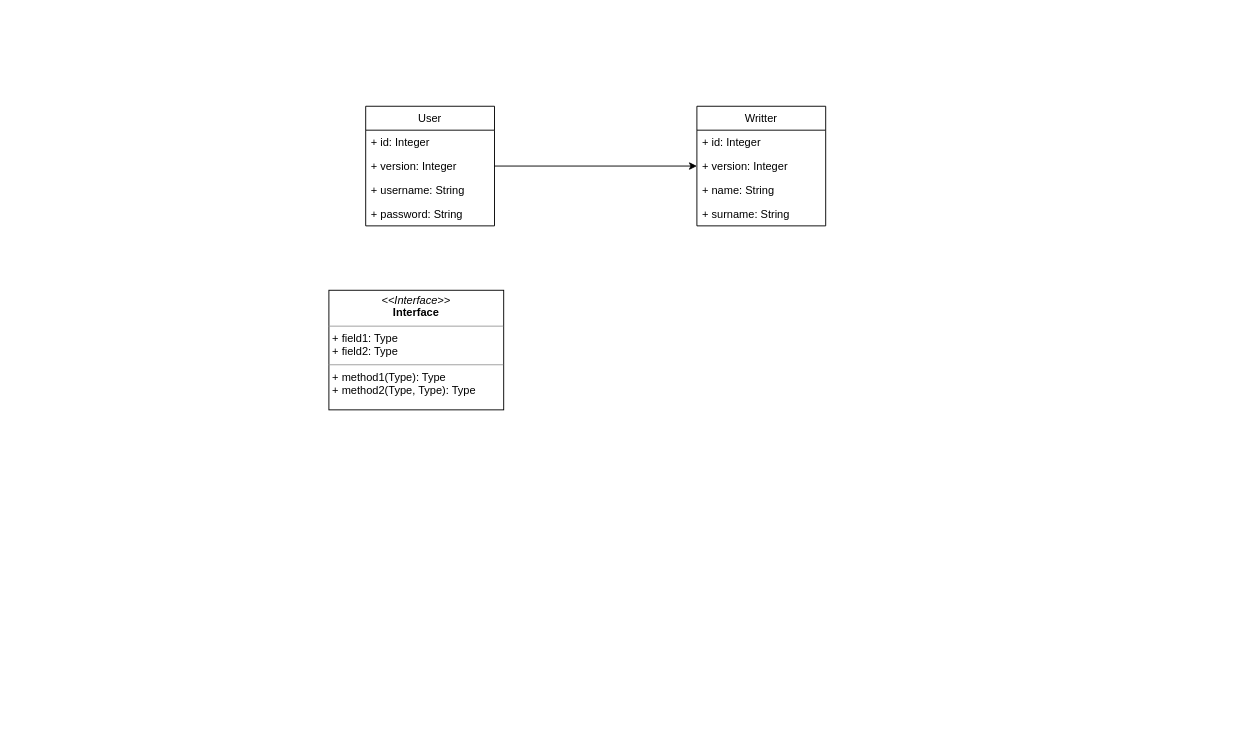
This is src/main/resources/diagrams/cinemaUML.drawio from Carcotmed/CinemaParadisoGrupo-04, a draw.io file, before an edit. Source tidied: cells renumbered, new cells numbered last; positions are measured from the earlier drawing's top-left corner, leaving out a move shared by most shapes. Both pictures are drawn from the tidied source at 92%, with x=0, y=0 at pixel (328, 106).
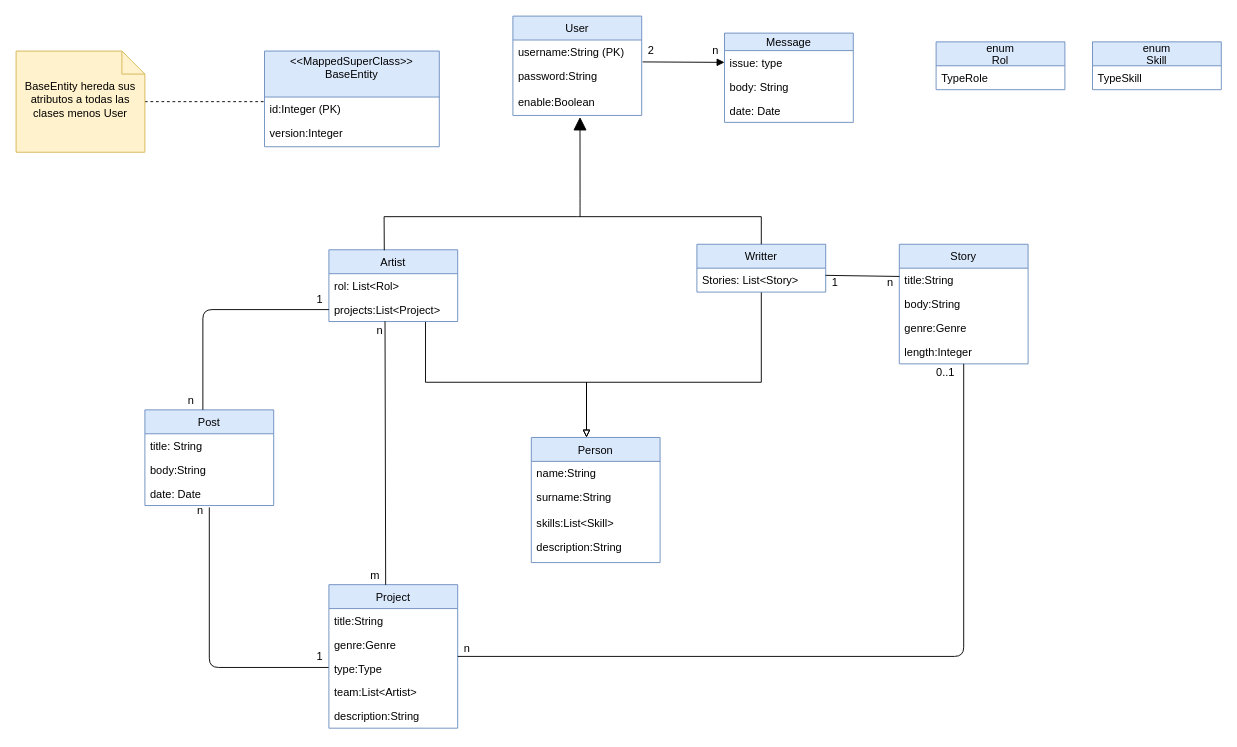
After the change.

Commit message (it also covers changes not shown here):
AÑADE DOCUMENTACION DE COMMIT Y DIAGRAMA UML

What changed in the source:
```diff
@@
+    <mxCell id="14" style="edgeStyle=orthogonalEdgeStyle;rounded=0;jettySize=auto;html=1;exitX=0.75;exitY=1;exitDx=0;exitDy=0;endArrow=block;endFill=0;" parent="1" edge="1" source="15">
+      <mxGeometry relative="1" as="geometry">
+        <mxPoint x="280" y="360" as="targetPoint" />
+        <Array as="points">
+          <mxPoint x="105" y="300" />
+          <mxPoint x="280" y="300" />
+        </Array>
+      </mxGeometry>
+    </mxCell>
+    <mxCell id="15" value="Artist" style="swimlane;fontStyle=0;horizontal=1;startSize=26;fillColor=#dae8fc;strokeColor=#6c8ebf;" parent="1" vertex="1">
+      <mxGeometry y="156" width="140" height="78" as="geometry" />
+    </mxCell>
+    <mxCell id="16" value="rol: List&lt;Rol&gt;" style="text;strokeColor=none;fillColor=none;align=left;verticalAlign=top;spacingLeft=4;spacingRight=4;overflow=hidden;" parent="15" vertex="1">
+      <mxGeometry y="26" width="140" height="26" as="geometry" />
+    </mxCell>
+    <mxCell id="17" value="projects:List&lt;Project&gt;" style="text;strokeColor=none;fillColor=none;align=left;verticalAlign=top;spacingLeft=4;spacingRight=4;overflow=hidden;" parent="15" vertex="1">
+      <mxGeometry y="52" width="140" height="26" as="geometry" />
+    </mxCell>
+    <mxCell id="18" style="edgeStyle=orthogonalEdgeStyle;rounded=0;jettySize=auto;html=1;exitX=0.5;exitY=1;exitDx=0;exitDy=0;endArrow=block;endFill=0;" parent="1" edge="1" source="8">
+      <mxGeometry relative="1" as="geometry">
+        <mxPoint x="280" y="360" as="targetPoint" />
+        <Array as="points">
+          <mxPoint x="470" y="300" />
+          <mxPoint x="280" y="300" />
+        </Array>
+      </mxGeometry>
+    </mxCell>
+    <mxCell id="8" value="Writter" style="swimlane;fontStyle=0;horizontal=1;startSize=26;fillColor=#dae8fc;strokeColor=#6c8ebf;" parent="1" vertex="1">
+      <mxGeometry x="400" y="150" width="140" height="52" as="geometry" />
+    </mxCell>
+    <mxCell id="19" value="Stories: List&lt;Story&gt;&#10;" style="text;strokeColor=none;fillColor=none;align=left;verticalAlign=top;spacingLeft=4;spacingRight=4;overflow=hidden;points=[[0,0.5],[1,0.5]];portConstraint=eastwest;" parent="8" vertex="1">
+      <mxGeometry y="26" width="140" height="26" as="geometry" />
+    </mxCell>
+    <mxCell id="20" value="Message" style="swimlane;fontStyle=0;horizontal=1;startSize=19;fillColor=#dae8fc;strokeColor=#6c8ebf;" parent="1" vertex="1">
+      <mxGeometry x="430" y="-79.5" width="140" height="97" as="geometry" />
+    </mxCell>
+    <mxCell id="21" value="issue: type" style="text;strokeColor=none;fillColor=none;align=left;verticalAlign=top;spacingLeft=4;spacingRight=4;overflow=hidden;" parent="20" vertex="1">
+      <mxGeometry y="19" width="140" height="26" as="geometry" />
+    </mxCell>
+    <mxCell id="22" value="body: String" style="text;strokeColor=none;fillColor=none;align=left;verticalAlign=top;spacingLeft=4;spacingRight=4;overflow=hidden;" parent="20" vertex="1">
+      <mxGeometry y="45" width="140" height="26" as="geometry" />
+    </mxCell>
+    <mxCell id="23" value="date: Date" style="text;strokeColor=none;fillColor=none;align=left;verticalAlign=top;spacingLeft=4;spacingRight=4;overflow=hidden;" parent="20" vertex="1">
+      <mxGeometry y="71" width="140" height="26" as="geometry" />
+    </mxCell>
+    <mxCell id="24" value="Post" style="swimlane;fontStyle=0;horizontal=1;startSize=26;fillColor=#dae8fc;strokeColor=#6c8ebf;" parent="1" vertex="1">
+      <mxGeometry x="-200" y="330" width="140" height="104" as="geometry" />
+    </mxCell>
+    <mxCell id="25" value="title: String" style="text;strokeColor=none;fillColor=none;align=left;verticalAlign=top;spacingLeft=4;spacingRight=4;overflow=hidden;" parent="24" vertex="1">
+      <mxGeometry y="26" width="140" height="26" as="geometry" />
+    </mxCell>
+    <mxCell id="26" value="body:String" style="text;strokeColor=none;fillColor=none;align=left;verticalAlign=top;spacingLeft=4;spacingRight=4;overflow=hidden;" parent="24" vertex="1">
+      <mxGeometry y="52" width="140" height="26" as="geometry" />
+    </mxCell>
+    <mxCell id="27" value="date: Date" style="text;strokeColor=none;fillColor=none;align=left;verticalAlign=top;spacingLeft=4;spacingRight=4;overflow=hidden;" parent="24" vertex="1">
+      <mxGeometry y="78" width="140" height="26" as="geometry" />
+    </mxCell>
+    <mxCell id="28" value="Story" style="swimlane;fontStyle=0;horizontal=1;startSize=26;fillColor=#dae8fc;strokeColor=#6c8ebf;" parent="1" vertex="1">
+      <mxGeometry x="620" y="150" width="140" height="130" as="geometry" />
+    </mxCell>
+    <mxCell id="29" value="title:String" style="text;strokeColor=none;fillColor=none;align=left;verticalAlign=top;spacingLeft=4;spacingRight=4;overflow=hidden;points=[[0,0.5],[1,0.5]];portConstraint=eastwest;" parent="28" vertex="1">
+      <mxGeometry y="26" width="140" height="26" as="geometry" />
+    </mxCell>
+    <mxCell id="30" value="body:String" style="text;strokeColor=none;fillColor=none;align=left;verticalAlign=top;spacingLeft=4;spacingRight=4;overflow=hidden;" parent="28" vertex="1">
+      <mxGeometry y="52" width="140" height="26" as="geometry" />
+    </mxCell>
+    <mxCell id="31" value="genre:Genre" style="text;strokeColor=none;fillColor=none;align=left;verticalAlign=top;spacingLeft=4;spacingRight=4;overflow=hidden;" parent="28" vertex="1">
+      <mxGeometry y="78" width="140" height="26" as="geometry" />
+    </mxCell>
+    <mxCell id="32" value="length:Integer" style="text;strokeColor=none;fillColor=none;align=left;verticalAlign=top;spacingLeft=4;spacingRight=4;overflow=hidden;" parent="28" vertex="1">
+      <mxGeometry y="104" width="140" height="26" as="geometry" />
+    </mxCell>
+    <mxCell id="33" value="Person" style="swimlane;fontStyle=0;horizontal=1;startSize=26;fillColor=#dae8fc;strokeColor=#6c8ebf;" parent="1" vertex="1">
+      <mxGeometry x="220" y="360" width="140" height="136" as="geometry" />
+    </mxCell>
+    <mxCell id="34" value="name:String " style="text;strokeColor=none;fillColor=none;align=left;verticalAlign=top;spacingLeft=4;spacingRight=4;overflow=hidden;" parent="33" vertex="1">
+      <mxGeometry y="26" width="140" height="26" as="geometry" />
+    </mxCell>
+    <mxCell id="35" value="surname:String" style="text;strokeColor=none;fillColor=none;align=left;verticalAlign=top;spacingLeft=4;spacingRight=4;overflow=hidden;" parent="33" vertex="1">
+      <mxGeometry y="52" width="140" height="28" as="geometry" />
+    </mxCell>
+    <mxCell id="36" value="skills:List&lt;Skill&gt;" style="text;strokeColor=none;fillColor=none;align=left;verticalAlign=top;spacingLeft=4;spacingRight=4;overflow=hidden;" parent="33" vertex="1">
+      <mxGeometry y="80" width="140" height="26" as="geometry" />
+    </mxCell>
+    <mxCell id="37" value="description:String" style="text;strokeColor=none;fillColor=none;align=left;verticalAlign=top;spacingLeft=4;spacingRight=4;overflow=hidden;" parent="33" vertex="1">
+      <mxGeometry y="106" width="140" height="30" as="geometry" />
+    </mxCell>
+    <mxCell id="38" style="endArrow=block;endFill=1;endSize=12;html=1;entryX=0.521;entryY=1.06;entryDx=0;entryDy=0;entryPerimeter=0;" parent="1" edge="1" target="60">
+      <mxGeometry relative="1" as="geometry">
+        <mxPoint x="273" y="120" as="sourcePoint" />
+        <Array as="points">
+          <mxPoint x="273" y="110" />
+        </Array>
+      </mxGeometry>
+    </mxCell>
+    <mxCell id="39" style="endArrow=none;html=1;" parent="1" edge="1">
+      <mxGeometry relative="1" as="geometry">
+        <mxPoint x="60" y="120" as="sourcePoint" />
+        <mxPoint x="270" y="120" as="targetPoint" />
+      </mxGeometry>
+    </mxCell>
+    <mxCell id="40" style="endArrow=none;html=1;exitX=0.43;exitY=0.007;exitDx=0;exitDy=0;exitPerimeter=0;" parent="1" edge="1" source="15">
+      <mxGeometry relative="1" as="geometry">
+        <mxPoint x="60" y="120" as="targetPoint" />
+      </mxGeometry>
+    </mxCell>
+    <mxCell id="41" style="endArrow=none;html=1;" parent="1" edge="1">
+      <mxGeometry relative="1" as="geometry">
+        <mxPoint x="270" y="120" as="sourcePoint" />
+        <mxPoint x="470" y="120" as="targetPoint" />
+      </mxGeometry>
+    </mxCell>
+    <mxCell id="42" style="endArrow=none;html=1;exitX=0.5;exitY=0;exitDx=0;exitDy=0;" parent="1" edge="1" source="8">
+      <mxGeometry relative="1" as="geometry">
+        <mxPoint x="470" y="120" as="targetPoint" />
+      </mxGeometry>
+    </mxCell>
+    <mxCell id="43" style="endArrow=none;html=1;exitX=0.999;exitY=0.3;exitDx=0;exitDy=0;entryX=0.001;entryY=0.346;entryDx=0;entryDy=0;exitPerimeter=0;entryPerimeter=0;" parent="1" edge="1" source="19" target="29">
+      <mxGeometry relative="1" as="geometry" />
+    </mxCell>
+    <mxCell id="44" style="endArrow=none;html=1;" parent="1" edge="1">
+      <mxGeometry relative="1" as="geometry">
+        <mxPoint y="610" as="sourcePoint" />
+        <mxPoint x="-130" y="436" as="targetPoint" />
+        <Array as="points">
+          <mxPoint x="-130" y="610" />
+        </Array>
+      </mxGeometry>
+    </mxCell>
+    <mxCell id="45" style="endArrow=block;html=1;entryX=0;entryY=0.205;entryDx=0;entryDy=0;entryPerimeter=0;exitX=1.007;exitY=0.915;exitDx=0;exitDy=0;endFill=1;exitPerimeter=0;" parent="1" edge="1" source="58">
+      <mxGeometry relative="1" as="geometry">
+        <mxPoint x="430" y="-47.7" as="targetPoint" />
+      </mxGeometry>
+    </mxCell>
+    <mxCell id="46" value="Project" style="swimlane;fontStyle=0;horizontal=1;startSize=26;fillColor=#dae8fc;strokeColor=#6c8ebf;" parent="1" vertex="1">
+      <mxGeometry y="520" width="140" height="156" as="geometry" />
+    </mxCell>
+    <mxCell id="47" value="title:String" style="text;strokeColor=none;fillColor=none;align=left;verticalAlign=top;spacingLeft=4;spacingRight=4;overflow=hidden;" parent="46" vertex="1">
+      <mxGeometry y="26" width="140" height="26" as="geometry" />
+    </mxCell>
+    <mxCell id="48" value="genre:Genre" style="text;strokeColor=none;fillColor=none;align=left;verticalAlign=top;spacingLeft=4;spacingRight=4;overflow=hidden;" parent="46" vertex="1">
+      <mxGeometry y="52" width="140" height="26" as="geometry" />
+    </mxCell>
+    <mxCell id="49" value="type:Type" style="text;strokeColor=none;fillColor=none;align=left;verticalAlign=top;spacingLeft=4;spacingRight=4;overflow=hidden;" parent="46" vertex="1">
+      <mxGeometry y="78" width="140" height="52" as="geometry" />
+    </mxCell>
+    <mxCell id="50" value="description:String" style="text;strokeColor=none;fillColor=none;align=left;verticalAlign=top;spacingLeft=4;spacingRight=4;overflow=hidden;" parent="46" vertex="1">
+      <mxGeometry y="130" width="140" height="26" as="geometry" />
+    </mxCell>
+    <mxCell id="51" style="endArrow=none;html=1;entryX=0.436;entryY=0.992;entryDx=0;entryDy=0;entryPerimeter=0;exitX=0.89;exitY=1.01;exitDx=0;exitDy=0;exitPerimeter=0;" parent="1" edge="1" source="73">
+      <mxGeometry relative="1" as="geometry">
+        <mxPoint x="61" y="233.8" as="targetPoint" />
+      </mxGeometry>
+    </mxCell>
+    <mxCell id="52" value="enum&#10;Rol" style="swimlane;fontStyle=0;horizontal=1;startSize=26;fillColor=#dae8fc;strokeColor=#6c8ebf;" parent="1" vertex="1">
+      <mxGeometry x="660" y="-70" width="140" height="52" as="geometry" />
+    </mxCell>
+    <mxCell id="53" value="TypeRole" style="text;strokeColor=none;fillColor=none;align=left;verticalAlign=top;spacingLeft=4;spacingRight=4;overflow=hidden;" parent="52" vertex="1">
+      <mxGeometry y="26" width="140" height="26" as="geometry" />
+    </mxCell>
+    <mxCell id="54" value="team:List&lt;Artist&gt;" style="text;strokeColor=none;fillColor=none;align=left;verticalAlign=top;spacingLeft=4;spacingRight=4;overflow=hidden;" parent="1" vertex="1">
+      <mxGeometry y="624" width="140" height="26" as="geometry" />
+    </mxCell>
+    <mxCell id="55" value="enum&#10;Skill" style="swimlane;fontStyle=0;horizontal=1;startSize=26;fillColor=#dae8fc;strokeColor=#6c8ebf;" parent="1" vertex="1">
+      <mxGeometry x="830" y="-70" width="140" height="52" as="geometry" />
+    </mxCell>
+    <mxCell id="56" value="TypeSkill" style="text;strokeColor=none;fillColor=none;align=left;verticalAlign=top;spacingLeft=4;spacingRight=4;overflow=hidden;" parent="55" vertex="1">
+      <mxGeometry y="26" width="140" height="26" as="geometry" />
+    </mxCell>
+    <mxCell id="57" style="endArrow=none;html=1;entryX=0;entryY=0.5;entryDx=0;entryDy=0;exitX=0.45;exitY=0;exitDx=0;exitDy=0;exitPerimeter=0;" parent="1" edge="1" source="24">
+      <mxGeometry relative="1" as="geometry">
+        <mxPoint y="221" as="targetPoint" />
+        <Array as="points">
+          <mxPoint x="-137" y="221" />
+        </Array>
+      </mxGeometry>
+    </mxCell>
-    <mxCell id="2" value="User" style="swimlane;fontStyle=0;horizontal=1;startSize=26;fillColor=none;" parent="1" vertex="1">
-      <mxGeometry x="40" width="140" height="130" as="geometry" />
+    <mxCell id="2" value="User" style="swimlane;fontStyle=0;horizontal=1;startSize=26;fillColor=#dae8fc;strokeColor=#6c8ebf;" parent="1" vertex="1">
+      <mxGeometry x="200" y="-98" width="140" height="108" as="geometry" />
     </mxCell>
-    <mxCell id="3" value="+ id: Integer" style="text;strokeColor=none;fillColor=none;align=left;verticalAlign=top;spacingLeft=4;spacingRight=4;overflow=hidden;" parent="2" vertex="1">
-      <mxGeometry y="26" width="140" height="26" as="geometry" />
-    </mxCell>
-    <mxCell id="4" value="+ version: Integer" style="text;strokeColor=none;fillColor=none;align=left;verticalAlign=top;spacingLeft=4;spacingRight=4;overflow=hidden;points=[[0,0.5],[1,0.5]];portConstraint=eastwest;" parent="2" vertex="1">
-      <mxGeometry y="52" width="140" height="26" as="geometry" />
-    </mxCell>
-    <mxCell id="5" value="+ username: String" style="text;strokeColor=none;fillColor=none;align=left;verticalAlign=top;spacingLeft=4;spacingRight=4;overflow=hidden;" parent="2" vertex="1">
-      <mxGeometry y="78" width="140" height="26" as="geometry" />
-    </mxCell>
-    <mxCell id="6" value="+ password: String" style="text;strokeColor=none;fillColor=none;align=left;verticalAlign=top;spacingLeft=4;spacingRight=4;overflow=hidden;" parent="2" vertex="1">
-      <mxGeometry y="104" width="140" height="26" as="geometry" />
-    </mxCell>
-    <mxCell id="7" value="&lt;p style=&quot;margin:0px;margin-top:4px;text-align:center;&quot;&gt;&lt;i&gt;&amp;lt;&amp;lt;Interface&amp;gt;&amp;gt;&lt;/i&gt;&lt;br/&gt;&lt;b&gt;Interface&lt;/b&gt;&lt;/p&gt;&lt;hr size=&quot;1&quot;/&gt;&lt;p style=&quot;margin:0px;margin-left:4px;&quot;&gt;+ field1: Type&lt;br/&gt;+ field2: Type&lt;/p&gt;&lt;hr size=&quot;1&quot;/&gt;&lt;p style=&quot;margin:0px;margin-left:4px;&quot;&gt;+ method1(Type): Type&lt;br/&gt;+ method2(Type, Type): Type&lt;/p&gt;" style="verticalAlign=top;align=left;overflow=fill;fontSize=12;fontFamily=Helvetica;html=1;" parent="1" vertex="1">
-      <mxGeometry y="200" width="190" height="130" as="geometry" />
-    </mxCell>
-    <mxCell id="8" value="Writter" style="swimlane;fontStyle=0;horizontal=1;startSize=26;fillColor=none;" parent="1" vertex="1">
-      <mxGeometry x="400" width="140" height="130" as="geometry" />
-    </mxCell>
-    <mxCell id="9" value="+ id: Integer" style="text;strokeColor=none;fillColor=none;align=left;verticalAlign=top;spacingLeft=4;spacingRight=4;overflow=hidden;" parent="8" vertex="1">
-      <mxGeometry y="26" width="140" height="26" as="geometry" />
-    </mxCell>
-    <mxCell id="10" value="+ version: Integer" style="text;strokeColor=none;fillColor=none;align=left;verticalAlign=top;spacingLeft=4;spacingRight=4;overflow=hidden;points=[[0,0.5],[1,0.5]];portConstraint=eastwest;" parent="8" vertex="1">
-      <mxGeometry y="52" width="140" height="26" as="geometry" />
-    </mxCell>
-    <mxCell id="11" value="+ name: String" style="text;strokeColor=none;fillColor=none;align=left;verticalAlign=top;spacingLeft=4;spacingRight=4;overflow=hidden;" parent="8" vertex="1">
-      <mxGeometry y="78" width="140" height="26" as="geometry" />
-    </mxCell>
-    <mxCell id="12" value="+ surname: String" style="text;strokeColor=none;fillColor=none;align=left;verticalAlign=top;spacingLeft=4;spacingRight=4;overflow=hidden;" parent="8" vertex="1">
-      <mxGeometry y="104" width="140" height="26" as="geometry" />
-    </mxCell>
-    <mxCell id="13" style="edgeStyle=orthogonalEdgeStyle;rounded=0;jettySize=auto;html=1;exitX=1;exitY=0.5;exitDx=0;exitDy=0;entryX=0;entryY=0.5;entryDx=0;entryDy=0;" parent="1" edge="1" source="4" target="10">
-      <mxGeometry relative="1" as="geometry" />
-    </mxCell>
+    <mxCell id="58" value="username:String (PK)" style="text;strokeColor=none;fillColor=none;align=left;verticalAlign=top;spacingLeft=4;spacingRight=4;overflow=hidden;points=[[0,0.5],[1,0.5]];portConstraint=eastwest;" parent="2" vertex="1">
+      <mxGeometry y="26" width="140" height="26" as="geometry" />
+    </mxCell>
+    <mxCell id="59" value="password:String" style="text;strokeColor=none;fillColor=none;align=left;verticalAlign=top;spacingLeft=4;spacingRight=4;overflow=hidden;" parent="2" vertex="1">
+      <mxGeometry y="52" width="140" height="28" as="geometry" />
+    </mxCell>
+    <mxCell id="60" value="enable:Boolean" style="text;strokeColor=none;fillColor=none;align=left;verticalAlign=top;spacingLeft=4;spacingRight=4;overflow=hidden;points=[[0,0.5],[1,0.5]];portConstraint=eastwest;" parent="2" vertex="1">
+      <mxGeometry y="80" width="140" height="28" as="geometry" />
+    </mxCell>
+    <mxCell id="61" value="1" style="text;html=1;align=center;verticalAlign=middle;" parent="1" vertex="1">
+      <mxGeometry x="540" y="182" width="20" height="20" as="geometry" />
+    </mxCell>
+    <mxCell id="62" value="n" style="text;html=1;align=center;verticalAlign=middle;" parent="1" vertex="1">
+      <mxGeometry x="600" y="182" width="20" height="20" as="geometry" />
+    </mxCell>
+    <mxCell id="63" value="0..1" style="text;html=1;align=center;verticalAlign=middle;" parent="1" vertex="1">
+      <mxGeometry x="650" y="280" width="40" height="20" as="geometry" />
+    </mxCell>
+    <mxCell id="64" style="endArrow=none;html=1;entryX=0.5;entryY=1;entryDx=0;entryDy=0;exitX=1;exitY=0.5;exitDx=0;exitDy=0;" parent="1" edge="1" source="46" target="28">
+      <mxGeometry relative="1" as="geometry">
+        <Array as="points">
+          <mxPoint x="690" y="598" />
+        </Array>
+      </mxGeometry>
+    </mxCell>
+    <mxCell id="65" value="n" style="text;html=1;align=center;verticalAlign=middle;" parent="1" vertex="1">
+      <mxGeometry x="410" y="-70" width="20" height="20" as="geometry" />
+    </mxCell>
+    <mxCell id="66" value="2" style="text;html=1;align=center;verticalAlign=middle;" parent="1" vertex="1">
+      <mxGeometry x="340" y="-70" width="20" height="20" as="geometry" />
+    </mxCell>
+    <mxCell id="67" value="n" style="text;html=1;align=center;verticalAlign=middle;" parent="1" vertex="1">
+      <mxGeometry x="140" y="580" width="20" height="20" as="geometry" />
+    </mxCell>
+    <mxCell id="68" value="1" style="text;html=1;align=center;verticalAlign=middle;" parent="1" vertex="1">
+      <mxGeometry x="-20" y="200" width="20" height="20" as="geometry" />
+    </mxCell>
+    <mxCell id="69" value="n" style="text;html=1;align=center;verticalAlign=middle;" parent="1" vertex="1">
+      <mxGeometry x="-160" y="310" width="20" height="20" as="geometry" />
+    </mxCell>
+    <mxCell id="70" value="n" style="text;html=1;align=center;verticalAlign=middle;" parent="1" vertex="1">
+      <mxGeometry x="-150" y="430" width="20" height="20" as="geometry" />
+    </mxCell>
+    <mxCell id="71" value="1" style="text;html=1;align=center;verticalAlign=middle;" parent="1" vertex="1">
+      <mxGeometry x="-20" y="588" width="20" height="20" as="geometry" />
+    </mxCell>
+    <mxCell id="72" value="n" style="text;html=1;align=center;verticalAlign=middle;" parent="1" vertex="1">
+      <mxGeometry x="45" y="234" width="20" height="20" as="geometry" />
+    </mxCell>
+    <mxCell id="73" value="m" style="text;html=1;align=center;verticalAlign=middle;points=[];" parent="1" vertex="1">
+      <mxGeometry x="35" y="500" width="30" height="20" as="geometry" />
+    </mxCell>
+    <mxCell id="74" value="&lt;&lt;MappedSuperClass&gt;&gt;&#10;BaseEntity&#10;" style="swimlane;fontStyle=0;horizontal=1;startSize=50;fillColor=#dae8fc;strokeColor=#6c8ebf;" parent="1" vertex="1">
+      <mxGeometry x="-70" y="-60" width="190" height="104" as="geometry" />
+    </mxCell>
+    <mxCell id="75" value="id:Integer (PK)" style="text;strokeColor=none;fillColor=none;align=left;verticalAlign=top;spacingLeft=4;spacingRight=4;overflow=hidden;points=[[0,0.5],[1,0.5]];portConstraint=eastwest;" parent="74" vertex="1">
+      <mxGeometry y="50" width="190" height="26" as="geometry" />
+    </mxCell>
+    <mxCell id="76" value="version:Integer " style="text;strokeColor=none;fillColor=none;align=left;verticalAlign=top;spacingLeft=4;spacingRight=4;overflow=hidden;" parent="74" vertex="1">
+      <mxGeometry y="76" width="190" height="28" as="geometry" />
+    </mxCell>
+    <mxCell id="77" style="edgeStyle=orthogonalEdgeStyle;rounded=0;jettySize=auto;html=1;entryX=0.005;entryY=0.192;entryDx=0;entryDy=0;endArrow=none;endFill=0;dashed=1;entryPerimeter=0;" parent="1" edge="1" source="78" target="75">
+      <mxGeometry relative="1" as="geometry" />
+    </mxCell>
+    <mxCell id="78" value="BaseEntity hereda sus atributos a todas las clases menos User" style="shape=note2;boundedLbl=1;whiteSpace=wrap;html=1;size=25;verticalAlign=top;align=center;fillColor=#fff2cc;strokeColor=#d6b656;" parent="1" vertex="1">
+      <mxGeometry x="-340" y="-60" width="140" height="110" as="geometry" />
+    </mxCell>
```
